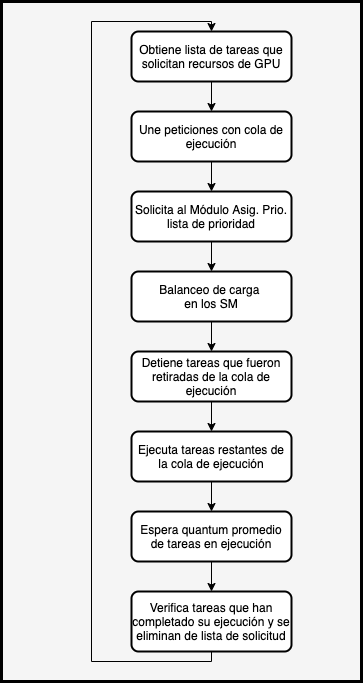
Above: Tesis_Maestria/figures/Planificador.png in antonyayal/mtesis (draw.io), before the change. Source tidied: cells renumbered, new cells last; positions are measured from the earlier drawing's top-left corner, leaving out a move shared by most shapes.
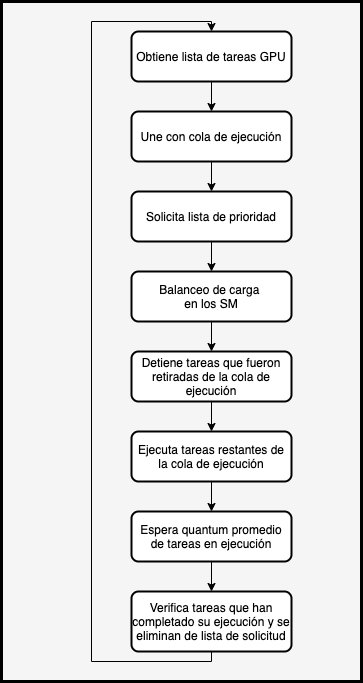
After the commit.

What changed in the source:
```diff
@@ -8,13 +8,13 @@
     <mxCell id="3" style="edgeStyle=orthogonalEdgeStyle;rounded=0;jettySize=auto;html=1;exitX=0.5;exitY=1;exitDx=0;exitDy=0;" parent="1" edge="1" source="4" target="18">
       <mxGeometry relative="1" as="geometry" />
     </mxCell>
-    <mxCell id="4" value="Obtiene lista de tareas que solicitan recursos de GPU" style="rounded=1;whiteSpace=wrap;html=1;absoluteArcSize=1;arcSize=14;strokeWidth=2;" parent="1" vertex="1">
+    <mxCell id="4" value="Obtiene lista de tareas GPU" style="rounded=1;whiteSpace=wrap;html=1;absoluteArcSize=1;arcSize=14;strokeWidth=2;" parent="1" vertex="1">
       <mxGeometry x="130" y="30" width="160" height="50" as="geometry" />
     </mxCell>
     <mxCell id="5" style="edgeStyle=orthogonalEdgeStyle;rounded=0;jettySize=auto;html=1;" parent="1" edge="1" source="6" target="8">
       <mxGeometry relative="1" as="geometry" />
     </mxCell>
-    <mxCell id="6" value="Solicita al Módulo Asig. Prio. lista de prioridad" style="rounded=1;whiteSpace=wrap;html=1;absoluteArcSize=1;arcSize=14;strokeWidth=2;" parent="1" vertex="1">
+    <mxCell id="6" value="Solicita lista de prioridad" style="rounded=1;whiteSpace=wrap;html=1;absoluteArcSize=1;arcSize=14;strokeWidth=2;" parent="1" vertex="1">
       <mxGeometry x="130" y="190" width="160" height="50" as="geometry" />
     </mxCell>
     <mxCell id="7" style="edgeStyle=orthogonalEdgeStyle;rounded=0;jettySize=auto;html=1;" parent="1" edge="1" source="8" target="10">
@@ -57,7 +57,7 @@
     <mxCell id="17" style="edgeStyle=orthogonalEdgeStyle;rounded=0;jettySize=auto;html=1;exitX=0.5;exitY=1;exitDx=0;exitDy=0;" parent="1" edge="1" source="18" target="6">
       <mxGeometry relative="1" as="geometry" />
     </mxCell>
-    <mxCell id="18" value="Une peticiones con cola de ejecución" style="rounded=1;whiteSpace=wrap;html=1;absoluteArcSize=1;arcSize=14;strokeWidth=2;" parent="1" vertex="1">
+    <mxCell id="18" value="Une con cola de ejecución" style="rounded=1;whiteSpace=wrap;html=1;absoluteArcSize=1;arcSize=14;strokeWidth=2;" parent="1" vertex="1">
       <mxGeometry x="130" y="110" width="160" height="50" as="geometry" />
     </mxCell>
   </root>
```
